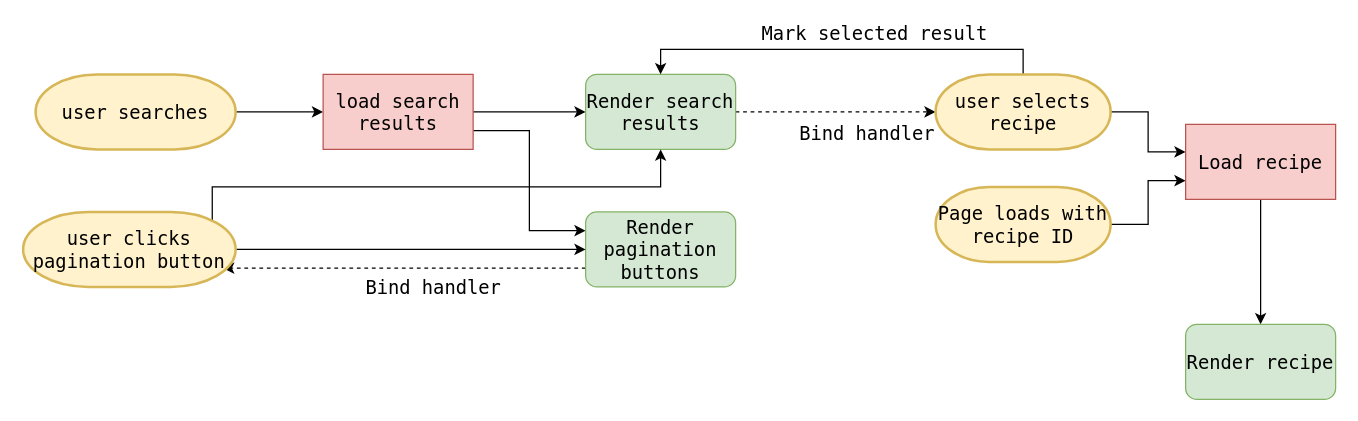
Above: 未命名绘图.drawio in buo2107/jjj (draw.io), before the change. Source tidied: cells renumbered, new cells numbered last; positions are measured from the earlier drawing's top-left corner, leaving out a move shared by most shapes. Both pictures are drawn from the tidied source at 125%, with x=0, y=0 at pixel (22, 74).
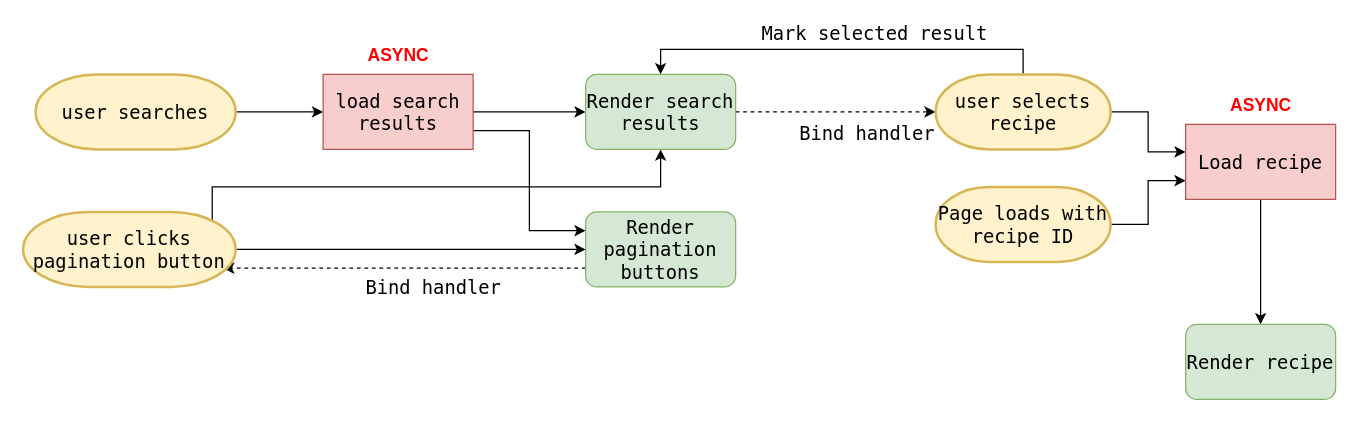
The same page after the edit.

Commit message:
flowchart-part-1

Change to the diagram source:
```diff
@@
+    <mxCell id="25" value="&lt;font color=&quot;#ff0000&quot; style=&quot;font-size: 14px;&quot;&gt;&lt;b&gt;ASYNC&lt;/b&gt;&lt;/font&gt;" style="text;html=1;align=center;verticalAlign=middle;strokeColor=none;fillColor=none;" parent="1" vertex="1">
+      <mxGeometry x="265" y="-30" width="70" height="30" as="geometry" />
+    </mxCell>
+    <mxCell id="26" value="&lt;font color=&quot;#ff0000&quot; style=&quot;font-size: 14px;&quot;&gt;&lt;b&gt;ASYNC&lt;/b&gt;&lt;/font&gt;" style="text;html=1;align=center;verticalAlign=middle;strokeColor=none;fillColor=none;" parent="1" vertex="1">
+      <mxGeometry x="955" y="10" width="70" height="30" as="geometry" />
+    </mxCell>
```
